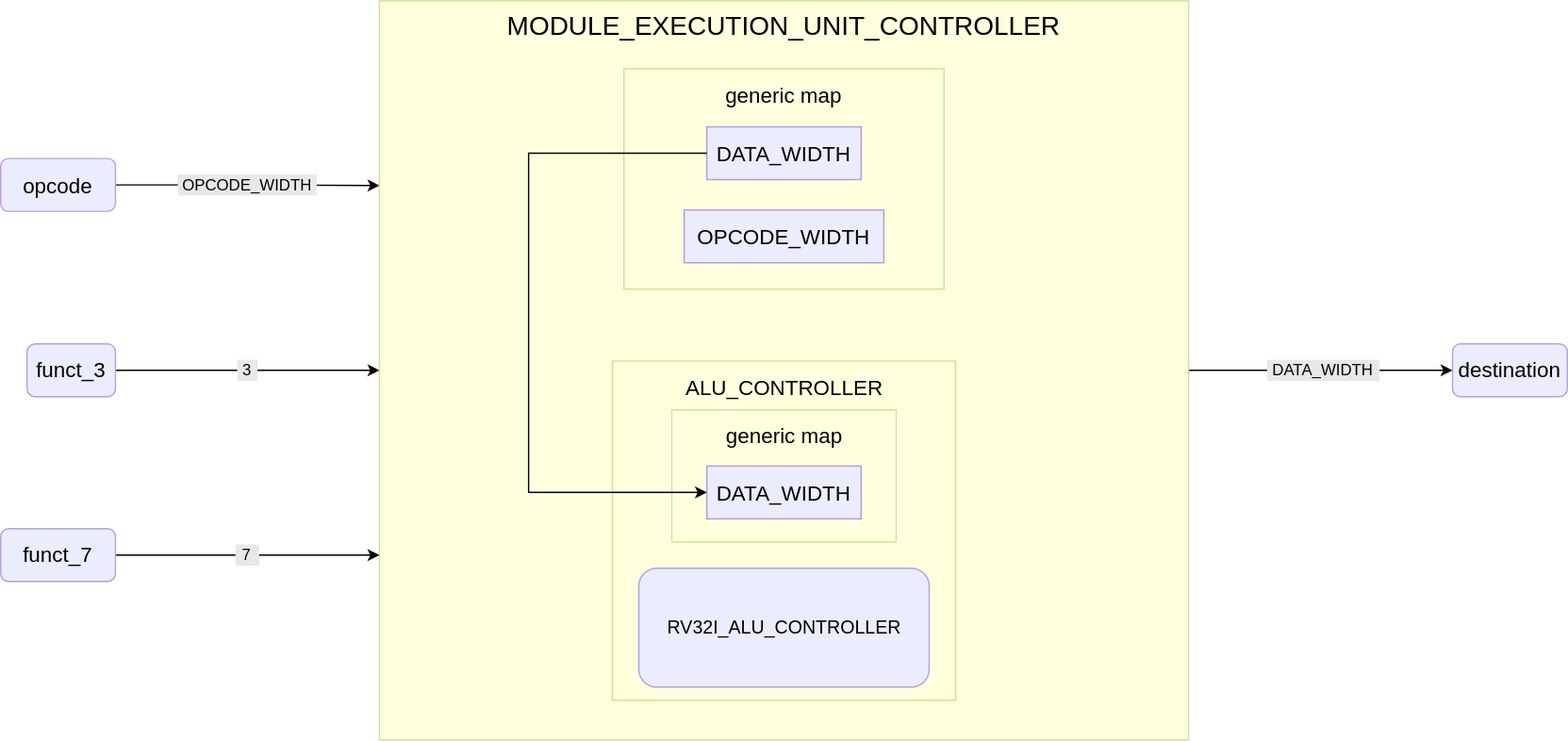
insper-riscv/docs keeps this draw.io diagram as public/images/reference/report_components/module_execution_unit_controller.drawio.svg. Above is the earlier version. Source tidied: cells renumbered, new cells last; positions are measured from the earlier drawing's top-left corner, leaving out a move shared by most shapes.
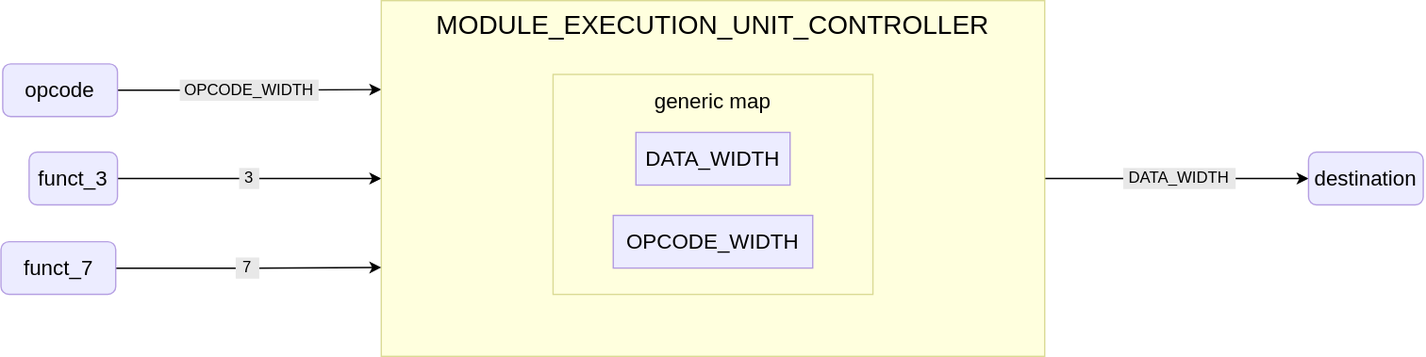
The same file after the commit.

Commit message:
updating more diagrams for report

Diff of the diagram source:
```diff
@@ -12,63 +12,43 @@
       <mxGeometry relative="1" as="geometry" />
     </mxCell>
     <mxCell id="5" value="MODULE_EXECUTION_UNIT_CONTROLLER" style="rounded=0;whiteSpace=wrap;html=1;fillColor=#ffffde;strokeColor=#dada94;verticalAlign=top;fontSize=20;" parent="1" vertex="1">
-      <mxGeometry x="287" width="613" height="560" as="geometry" />
+      <mxGeometry x="287" width="503" height="270" as="geometry" />
     </mxCell>
     <mxCell id="6" value="&lt;span style=&quot;font-size: 16px;&quot;&gt;generic map&lt;/span&gt;" style="rounded=0;whiteSpace=wrap;html=1;fillColor=#ffffde;strokeColor=#dada94;verticalAlign=top;fontSize=20;" parent="1" vertex="1">
-      <mxGeometry x="472.2" y="51.5" width="242.5" height="167" as="geometry" />
+      <mxGeometry x="417.2" y="56" width="242.5" height="167" as="geometry" />
     </mxCell>
     <mxCell id="7" value="DATA_WIDTH" style="rounded=0;whiteSpace=wrap;html=1;fillColor=#ececff;strokeColor=#b29ae1;fontSize=16;" parent="1" vertex="1">
-      <mxGeometry x="535.1" y="95.5" width="116.9" height="40" as="geometry" />
+      <mxGeometry x="480.1" y="100" width="116.9" height="40" as="geometry" />
     </mxCell>
     <mxCell id="8" value="opcode" style="rounded=1;whiteSpace=wrap;html=1;fillColor=#ececff;strokeColor=#b59fe2;fontSize=16;" parent="1" vertex="1">
-      <mxGeometry y="119.5" width="87" height="40" as="geometry" />
+      <mxGeometry y="48" width="87" height="40" as="geometry" />
     </mxCell>
     <mxCell id="9" value="funct_3" style="rounded=1;whiteSpace=wrap;html=1;fillColor=#ececff;strokeColor=#b59fe2;fontSize=16;" parent="1" vertex="1">
-      <mxGeometry x="20" y="260" width="67" height="40" as="geometry" />
+      <mxGeometry x="20" y="115" width="67" height="40" as="geometry" />
     </mxCell>
     <mxCell id="10" value="destination" style="rounded=1;whiteSpace=wrap;html=1;fillColor=#ececff;strokeColor=#b59fe2;fontSize=16;" parent="1" vertex="1">
-      <mxGeometry x="1100" y="260" width="87" height="40" as="geometry" />
+      <mxGeometry x="990" y="115" width="87" height="40" as="geometry" />
     </mxCell>
     <mxCell id="11" style="edgeStyle=orthogonalEdgeStyle;rounded=0;jettySize=auto;html=1;entryX=0;entryY=0.75;entryDx=0;entryDy=0;" parent="1" edge="1" source="12" target="5">
       <mxGeometry relative="1" as="geometry" />
     </mxCell>
     <mxCell id="12" value="funct_7" style="rounded=1;whiteSpace=wrap;html=1;fillColor=#ececff;strokeColor=#b59fe2;fontSize=16;" parent="1" vertex="1">
-      <mxGeometry y="400" width="87" height="40" as="geometry" />
+      <mxGeometry x="-1.3" y="183" width="87" height="40" as="geometry" />
     </mxCell>
     <mxCell id="13" value="7" style="rounded=0;whiteSpace=wrap;html=1;fillColor=#e8e8e8;strokeColor=#e8e8e8;" parent="1" vertex="1">
-      <mxGeometry x="178.4" y="412.5" width="16.9" height="15" as="geometry" />
+      <mxGeometry x="177.1" y="195.5" width="16.9" height="15" as="geometry" />
     </mxCell>
     <mxCell id="14" value="OPCODE_WIDTH" style="rounded=0;whiteSpace=wrap;html=1;fillColor=#ececff;strokeColor=#b29ae1;fontSize=16;" parent="1" vertex="1">
-      <mxGeometry x="517.9" y="158.5" width="151.2" height="40" as="geometry" />
+      <mxGeometry x="462.9" y="163" width="151.2" height="40" as="geometry" />
     </mxCell>
     <mxCell id="15" value="3" style="rounded=0;whiteSpace=wrap;html=1;fillColor=#e8e8e8;strokeColor=#e8e8e8;" parent="1" vertex="1">
-      <mxGeometry x="179.8" y="272.5" width="14.2" height="15" as="geometry" />
+      <mxGeometry x="179.8" y="127.5" width="14.2" height="15" as="geometry" />
     </mxCell>
-    <mxCell id="16" value="&lt;span style=&quot;font-size: 16px;&quot;&gt;ALU_CONTROLLER&lt;/span&gt;" style="rounded=0;whiteSpace=wrap;html=1;fillColor=#ffffde;strokeColor=#dada94;verticalAlign=top;fontSize=20;" parent="1" vertex="1">
-      <mxGeometry x="463.5" y="273" width="260" height="257" as="geometry" />
-    </mxCell>
-    <mxCell id="17" value="&lt;span style=&quot;font-size: 16px;&quot;&gt;generic map&lt;/span&gt;" style="rounded=0;whiteSpace=wrap;html=1;fillColor=#ffffde;strokeColor=#dada94;verticalAlign=top;fontSize=20;" parent="1" vertex="1">
-      <mxGeometry x="508.5" y="310" width="170" height="100" as="geometry" />
-    </mxCell>
-    <mxCell id="18" value="DATA_WIDTH" style="rounded=0;whiteSpace=wrap;html=1;fillColor=#ececff;strokeColor=#b29ae1;fontSize=16;" parent="1" vertex="1">
-      <mxGeometry x="535.1" y="352.5" width="116.9" height="40" as="geometry" />
-    </mxCell>
-    <mxCell id="19" value="RV32I_ALU_CONTROLLER" style="rounded=1;whiteSpace=wrap;html=1;fillColor=#ececff;strokeColor=#b59fe2;fontSize=14;" parent="1" vertex="1">
-      <mxGeometry x="483.5" y="430" width="220" height="90" as="geometry" />
-    </mxCell>
-    <mxCell id="20" style="edgeStyle=orthogonalEdgeStyle;rounded=0;jettySize=auto;html=1;entryX=0;entryY=0.5;entryDx=0;entryDy=0;" parent="1" edge="1" source="7" target="18">
-      <mxGeometry relative="1" as="geometry">
-        <Array as="points">
-          <mxPoint x="400" y="115.5" />
-          <mxPoint x="400" y="373" />
-        </Array>
-      </mxGeometry>
-    </mxCell>
     <mxCell id="21" value="OPCODE_WIDTH" style="rounded=0;whiteSpace=wrap;html=1;fillColor=#e8e8e8;strokeColor=#e8e8e8;" parent="1" vertex="1">
-      <mxGeometry x="134.8" y="132" width="104.2" height="15" as="geometry" />
+      <mxGeometry x="134.8" y="60.5" width="104.2" height="15" as="geometry" />
     </mxCell>
     <mxCell id="22" value="DATA_WIDTH" style="rounded=0;whiteSpace=wrap;html=1;fillColor=#e8e8e8;strokeColor=#e8e8e8;" parent="1" vertex="1">
-      <mxGeometry x="960" y="272.5" width="84.2" height="15" as="geometry" />
+      <mxGeometry x="850" y="127.5" width="84.2" height="15" as="geometry" />
     </mxCell>
   </root>
 </mxGraphModel>
```
